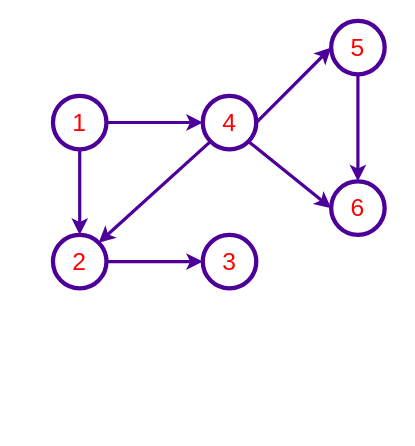
Earlier version of the draw.io diagram page "topo-bfs" (13 of 22) of docs/week-10/ce100-week-10-graphs-topological.drawio (ucoruh/ce100-algorithms-and-programming-II). Source tidied: cells renumbered, new cells numbered last; positions are measured from the earlier drawing's top-left corner, leaving out a move shared by most shapes. Both pictures are drawn from the tidied source at 107%, with x=0, y=0 at pixel (52, 20).
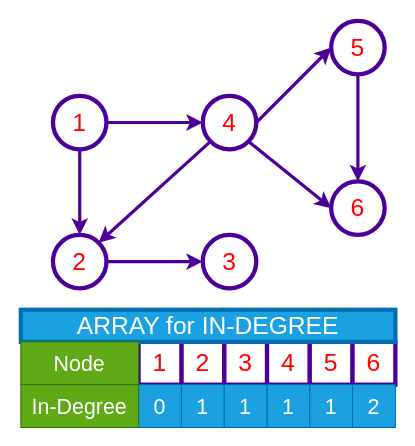
The same page after the edit.

Change to the diagram source:
```diff
@@
+    <mxCell id="15" value="4" style="rounded=0;whiteSpace=wrap;html=1;fillColor=default;strokeColor=#4C0099;fontSize=23;fontColor=#FF0000;strokeWidth=4;" parent="1" vertex="1">
+      <mxGeometry x="200" y="300" width="40" height="40" as="geometry" />
+    </mxCell>
+    <mxCell id="16" value="5" style="rounded=0;whiteSpace=wrap;html=1;fillColor=default;strokeColor=#4C0099;fontSize=23;fontColor=#FF0000;strokeWidth=4;" parent="1" vertex="1">
+      <mxGeometry x="240" y="300" width="40" height="40" as="geometry" />
+    </mxCell>
+    <mxCell id="17" value="6" style="rounded=0;whiteSpace=wrap;html=1;fillColor=default;strokeColor=#4C0099;fontSize=23;fontColor=#FF0000;strokeWidth=4;" parent="1" vertex="1">
+      <mxGeometry x="280" y="300" width="40" height="40" as="geometry" />
+    </mxCell>
+    <mxCell id="18" value="3" style="rounded=0;whiteSpace=wrap;html=1;fillColor=default;strokeColor=#4C0099;fontSize=23;fontColor=#FF0000;strokeWidth=4;" parent="1" vertex="1">
+      <mxGeometry x="160" y="300" width="40" height="40" as="geometry" />
+    </mxCell>
+    <mxCell id="19" value="2" style="rounded=0;whiteSpace=wrap;html=1;fillColor=default;strokeColor=#4C0099;fontSize=23;fontColor=#FF0000;strokeWidth=4;" parent="1" vertex="1">
+      <mxGeometry x="120" y="300" width="40" height="40" as="geometry" />
+    </mxCell>
+    <mxCell id="20" value="1" style="rounded=0;whiteSpace=wrap;html=1;fillColor=default;strokeColor=#4C0099;fontSize=23;fontColor=#FF0000;strokeWidth=4;" parent="1" vertex="1">
+      <mxGeometry x="80" y="300" width="40" height="40" as="geometry" />
+    </mxCell>
+    <mxCell id="21" value="1" style="rounded=0;whiteSpace=wrap;html=1;fontSize=20;fillColor=#1ba1e2;fontColor=#ffffff;strokeColor=#006EAF;" parent="1" vertex="1">
+      <mxGeometry x="200" y="340" width="40" height="40" as="geometry" />
+    </mxCell>
+    <mxCell id="22" value="1" style="rounded=0;whiteSpace=wrap;html=1;fontSize=20;fillColor=#1ba1e2;fontColor=#ffffff;strokeColor=#006EAF;" parent="1" vertex="1">
+      <mxGeometry x="240" y="340" width="40" height="40" as="geometry" />
+    </mxCell>
+    <mxCell id="23" value="2" style="rounded=0;whiteSpace=wrap;html=1;fontSize=20;fillColor=#1ba1e2;fontColor=#ffffff;strokeColor=#006EAF;" parent="1" vertex="1">
+      <mxGeometry x="280" y="340" width="40" height="40" as="geometry" />
+    </mxCell>
+    <mxCell id="24" value="1" style="rounded=0;whiteSpace=wrap;html=1;fontSize=20;fillColor=#1ba1e2;fontColor=#ffffff;strokeColor=#006EAF;" parent="1" vertex="1">
+      <mxGeometry x="160" y="340" width="40" height="40" as="geometry" />
+    </mxCell>
+    <mxCell id="25" value="1" style="rounded=0;whiteSpace=wrap;html=1;fontSize=20;fillColor=#1ba1e2;fontColor=#ffffff;strokeColor=#006EAF;" parent="1" vertex="1">
+      <mxGeometry x="120" y="340" width="40" height="40" as="geometry" />
+    </mxCell>
+    <mxCell id="26" value="0" style="rounded=0;whiteSpace=wrap;html=1;fontSize=20;fillColor=#1ba1e2;fontColor=#ffffff;strokeColor=#006EAF;" parent="1" vertex="1">
+      <mxGeometry x="80" y="340" width="40" height="40" as="geometry" />
+    </mxCell>
+    <mxCell id="27" value="ARRAY for IN-DEGREE" style="text;html=1;strokeColor=#006EAF;fillColor=#1ba1e2;align=center;verticalAlign=middle;whiteSpace=wrap;rounded=0;fontColor=#ffffff;fontSize=23;strokeWidth=4;" parent="1" vertex="1">
+      <mxGeometry x="-30" y="270" width="350" height="30" as="geometry" />
+    </mxCell>
+    <mxCell id="28" value="Node" style="rounded=0;whiteSpace=wrap;html=1;fillColor=#60a917;strokeColor=#2D7600;fontSize=20;fontColor=#ffffff;" parent="1" vertex="1">
+      <mxGeometry x="-30" y="300" width="110" height="40" as="geometry" />
+    </mxCell>
+    <mxCell id="29" value="In-Degree" style="rounded=0;whiteSpace=wrap;html=1;fillColor=#60a917;strokeColor=#2D7600;fontSize=20;fontColor=#ffffff;" parent="1" vertex="1">
+      <mxGeometry x="-30" y="340" width="110" height="40" as="geometry" />
+    </mxCell>
```
